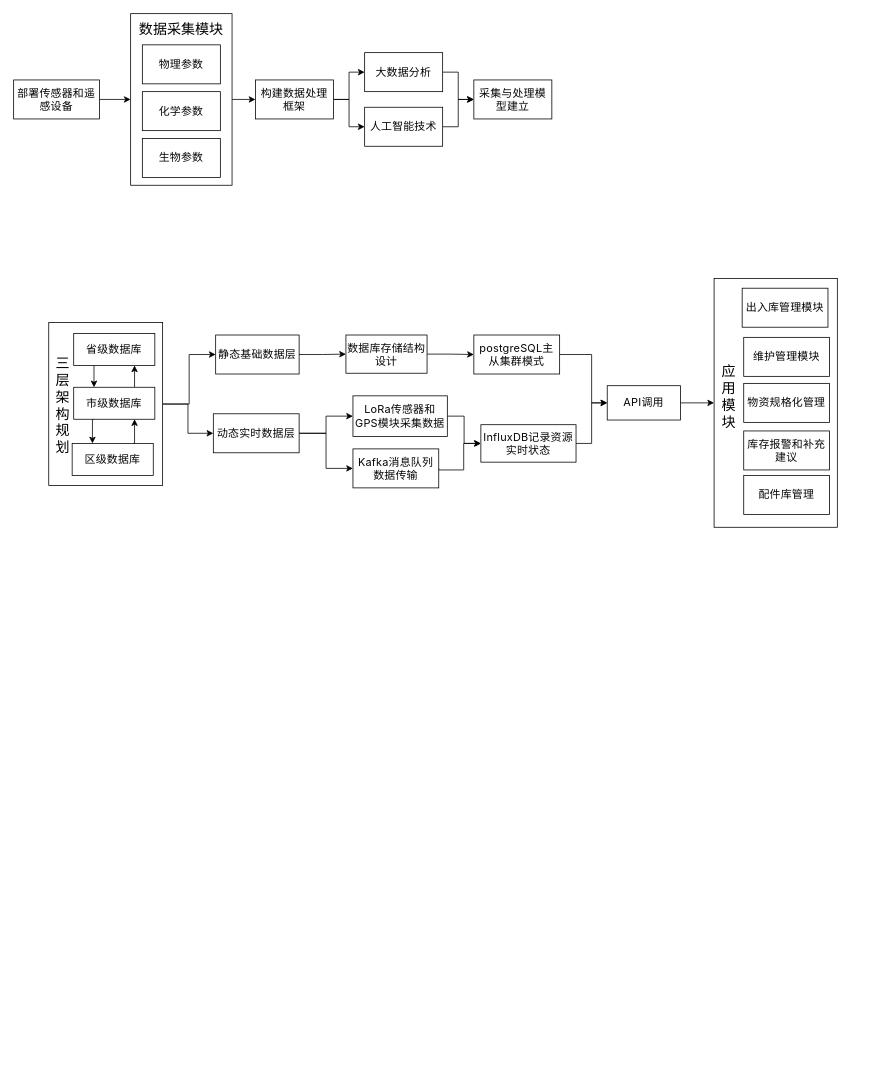
The draw.io diagram 未命名绘图.drawio in zly-2001/drawio_storage, before the edit. Source tidied: cells renumbered, new cells numbered last; positions are measured from the earlier drawing's top-left corner, leaving out a move shared by most shapes. Both pictures are drawn from the tidied source at 78%, with x=0, y=0 at pixel (13, 13).
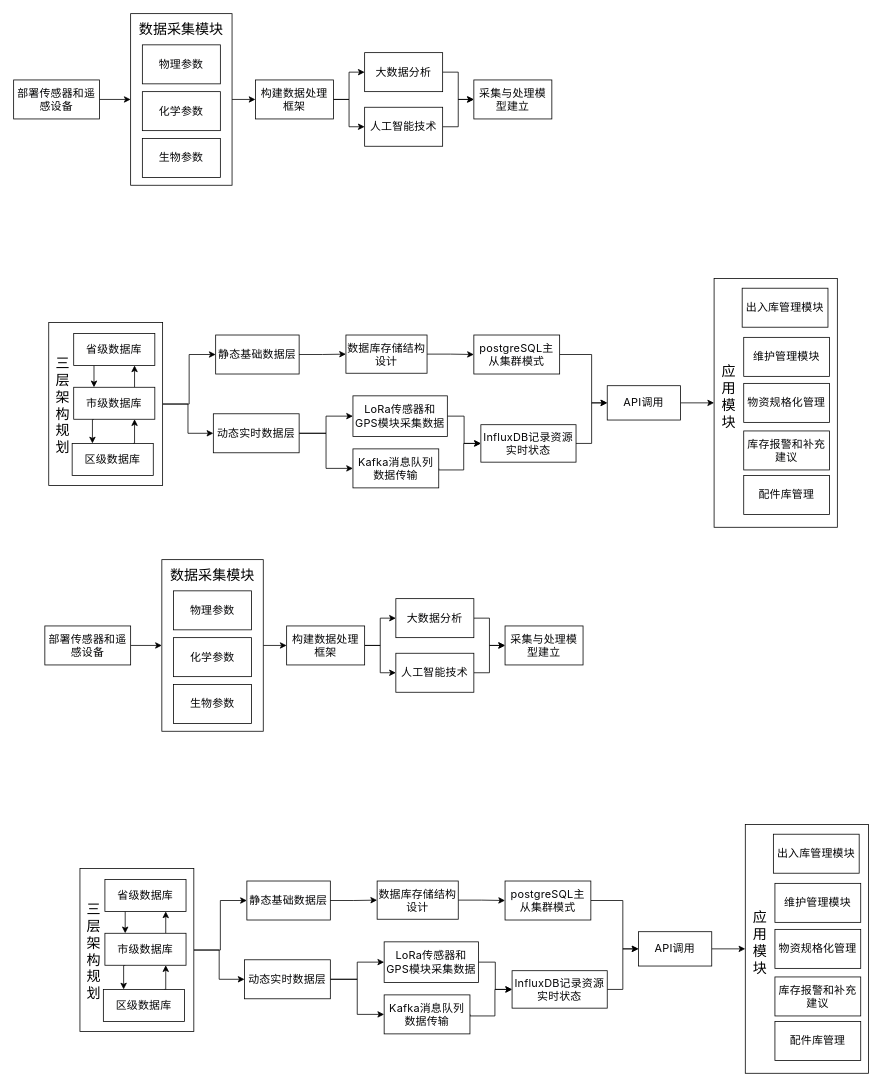
Above is the later version.

Commit message:
福建项目书绘图.drawio

Change to the diagram source:
```diff
@@
+    <mxCell id="54" style="rounded=0;whiteSpace=wrap;html=1;" parent="1" vertex="1">
+      <mxGeometry x="938" y="1039.5" width="158" height="319" as="geometry" />
+    </mxCell>
+    <mxCell id="55" style="edgeStyle=orthogonalEdgeStyle;rounded=0;jettySize=auto;html=1;entryX=0;entryY=0.5;entryDx=0;entryDy=0;" parent="1" edge="1" source="56" target="61">
+      <mxGeometry relative="1" as="geometry" />
+    </mxCell>
+    <mxCell id="56" value="&lt;span style=&quot;box-sizing: inherit; color: rgb(6, 6, 7); font-family: -apple-system, blinkmacsystemfont, &amp;quot;Helvetica Neue&amp;quot;, helvetica, &amp;quot;segoe ui&amp;quot;, arial, roboto, &amp;quot;PingFang SC&amp;quot;, miui, &amp;quot;Hiragino Sans GB&amp;quot;, &amp;quot;Microsoft Yahei&amp;quot;, sans-serif; font-size: 14px; letter-spacing: 0.25px; text-align: left; white-space-collapse: preserve; background-color: rgb(255, 255, 255);&quot;&gt;部署传感器和遥感设备&lt;/span&gt;" style="rounded=0;whiteSpace=wrap;html=1;" parent="1" vertex="1">
+      <mxGeometry x="40" y="785" width="110" height="50" as="geometry" />
+    </mxCell>
+    <mxCell id="57" style="edgeStyle=orthogonalEdgeStyle;rounded=0;jettySize=auto;html=1;exitX=1;exitY=0.5;exitDx=0;exitDy=0;entryX=0;entryY=0.5;entryDx=0;entryDy=0;" parent="1" edge="1" source="59" target="67">
+      <mxGeometry relative="1" as="geometry" />
+    </mxCell>
+    <mxCell id="58" style="edgeStyle=orthogonalEdgeStyle;rounded=0;jettySize=auto;html=1;exitX=1;exitY=0.5;exitDx=0;exitDy=0;entryX=0;entryY=0.5;entryDx=0;entryDy=0;" parent="1" edge="1" source="59" target="69">
+      <mxGeometry relative="1" as="geometry" />
+    </mxCell>
+    <mxCell id="59" value="&lt;div style=&quot;&quot;&gt;&lt;font face=&quot;-apple-system, blinkmacsystemfont, Helvetica Neue, helvetica, segoe ui, arial, roboto, PingFang SC, miui, Hiragino Sans GB, Microsoft Yahei, sans-serif&quot; color=&quot;#060607&quot;&gt;&lt;span style=&quot;font-size: 14px; letter-spacing: 0.25px; white-space-collapse: preserve; background-color: rgb(255, 255, 255);&quot;&gt;构建数据处理框架&lt;/span&gt;&lt;/font&gt;&lt;/div&gt;" style="rounded=0;whiteSpace=wrap;html=1;align=center;" parent="1" vertex="1">
+      <mxGeometry x="350" y="785" width="100" height="50" as="geometry" />
+    </mxCell>
+    <mxCell id="60" style="edgeStyle=orthogonalEdgeStyle;rounded=0;jettySize=auto;html=1;exitX=1;exitY=0.5;exitDx=0;exitDy=0;entryX=0;entryY=0.5;entryDx=0;entryDy=0;" parent="1" edge="1" source="61" target="59">
+      <mxGeometry relative="1" as="geometry" />
+    </mxCell>
+    <mxCell id="61" style="rounded=0;whiteSpace=wrap;html=1;" parent="1" vertex="1">
+      <mxGeometry x="190" y="700" width="130" height="220" as="geometry" />
+    </mxCell>
+    <mxCell id="62" value="&lt;div style=&quot;&quot;&gt;&lt;font face=&quot;-apple-system, blinkmacsystemfont, Helvetica Neue, helvetica, segoe ui, arial, roboto, PingFang SC, miui, Hiragino Sans GB, Microsoft Yahei, sans-serif&quot; color=&quot;#060607&quot;&gt;&lt;span style=&quot;font-size: 14px; letter-spacing: 0.25px; white-space-collapse: preserve; background-color: rgb(255, 255, 255);&quot;&gt;物理参数&lt;/span&gt;&lt;/font&gt;&lt;/div&gt;" style="rounded=0;whiteSpace=wrap;html=1;align=center;" parent="1" vertex="1">
+      <mxGeometry x="205" y="740" width="100" height="50" as="geometry" />
+    </mxCell>
+    <mxCell id="63" value="&lt;div style=&quot;&quot;&gt;&lt;font face=&quot;-apple-system, blinkmacsystemfont, Helvetica Neue, helvetica, segoe ui, arial, roboto, PingFang SC, miui, Hiragino Sans GB, Microsoft Yahei, sans-serif&quot; color=&quot;#060607&quot;&gt;&lt;span style=&quot;font-size: 14px; letter-spacing: 0.25px; white-space-collapse: preserve; background-color: rgb(255, 255, 255);&quot;&gt;化学参数&lt;/span&gt;&lt;/font&gt;&lt;/div&gt;" style="rounded=0;whiteSpace=wrap;html=1;align=center;" parent="1" vertex="1">
+      <mxGeometry x="205" y="800" width="100" height="50" as="geometry" />
+    </mxCell>
+    <mxCell id="64" value="&lt;div style=&quot;&quot;&gt;&lt;font face=&quot;-apple-system, blinkmacsystemfont, Helvetica Neue, helvetica, segoe ui, arial, roboto, PingFang SC, miui, Hiragino Sans GB, Microsoft Yahei, sans-serif&quot; color=&quot;#060607&quot;&gt;&lt;span style=&quot;font-size: 14px; letter-spacing: 0.25px; white-space-collapse: preserve; background-color: rgb(255, 255, 255);&quot;&gt;生物参数&lt;/span&gt;&lt;/font&gt;&lt;/div&gt;" style="rounded=0;whiteSpace=wrap;html=1;align=center;" parent="1" vertex="1">
+      <mxGeometry x="205" y="860" width="100" height="50" as="geometry" />
+    </mxCell>
+    <mxCell id="65" value="&lt;font style=&quot;font-size: 18px;&quot;&gt;数据采集模块&lt;/font&gt;" style="text;html=1;align=center;verticalAlign=middle;whiteSpace=wrap;rounded=0;rotation=0;" parent="1" vertex="1">
+      <mxGeometry x="200" y="700" width="110" height="40" as="geometry" />
+    </mxCell>
+    <mxCell id="66" style="edgeStyle=orthogonalEdgeStyle;rounded=0;jettySize=auto;html=1;exitX=1;exitY=0.5;exitDx=0;exitDy=0;entryX=0;entryY=0.5;entryDx=0;entryDy=0;" parent="1" edge="1" source="67" target="70">
+      <mxGeometry relative="1" as="geometry" />
+    </mxCell>
+    <mxCell id="67" value="&lt;div style=&quot;&quot;&gt;&lt;font face=&quot;-apple-system, blinkmacsystemfont, Helvetica Neue, helvetica, segoe ui, arial, roboto, PingFang SC, miui, Hiragino Sans GB, Microsoft Yahei, sans-serif&quot; color=&quot;#060607&quot;&gt;&lt;span style=&quot;font-size: 14px; letter-spacing: 0.25px; white-space-collapse: preserve; background-color: rgb(255, 255, 255);&quot;&gt;大数据分析&lt;/span&gt;&lt;/font&gt;&lt;/div&gt;" style="rounded=0;whiteSpace=wrap;html=1;align=center;" parent="1" vertex="1">
+      <mxGeometry x="490" y="750" width="100" height="50" as="geometry" />
+    </mxCell>
+    <mxCell id="68" style="edgeStyle=orthogonalEdgeStyle;rounded=0;jettySize=auto;html=1;exitX=1;exitY=0.5;exitDx=0;exitDy=0;entryX=0;entryY=0.5;entryDx=0;entryDy=0;" parent="1" edge="1" source="69" target="70">
+      <mxGeometry relative="1" as="geometry" />
+    </mxCell>
+    <mxCell id="69" value="&lt;div style=&quot;&quot;&gt;&lt;font face=&quot;-apple-system, blinkmacsystemfont, Helvetica Neue, helvetica, segoe ui, arial, roboto, PingFang SC, miui, Hiragino Sans GB, Microsoft Yahei, sans-serif&quot; color=&quot;#060607&quot;&gt;&lt;span style=&quot;font-size: 14px; letter-spacing: 0.25px; white-space-collapse: preserve; background-color: rgb(255, 255, 255);&quot;&gt;人工智能技术&lt;/span&gt;&lt;/font&gt;&lt;/div&gt;" style="rounded=0;whiteSpace=wrap;html=1;align=center;" parent="1" vertex="1">
+      <mxGeometry x="490" y="820" width="100" height="50" as="geometry" />
+    </mxCell>
+    <mxCell id="70" value="&lt;div style=&quot;&quot;&gt;&lt;font face=&quot;-apple-system, blinkmacsystemfont, Helvetica Neue, helvetica, segoe ui, arial, roboto, PingFang SC, miui, Hiragino Sans GB, Microsoft Yahei, sans-serif&quot; color=&quot;#060607&quot;&gt;&lt;span style=&quot;font-size: 14px; letter-spacing: 0.25px; white-space-collapse: preserve; background-color: rgb(255, 255, 255);&quot;&gt;采集与处理模型建立&lt;/span&gt;&lt;/font&gt;&lt;/div&gt;" style="rounded=0;whiteSpace=wrap;html=1;align=center;" parent="1" vertex="1">
+      <mxGeometry x="630" y="785" width="100" height="50" as="geometry" />
+    </mxCell>
+    <mxCell id="71" style="edgeStyle=orthogonalEdgeStyle;rounded=0;jettySize=auto;html=1;exitX=1;exitY=0.5;exitDx=0;exitDy=0;entryX=0;entryY=0.5;entryDx=0;entryDy=0;" parent="1" edge="1" source="94" target="77">
+      <mxGeometry relative="1" as="geometry" />
+    </mxCell>
+    <mxCell id="72" value="&lt;div style=&quot;text-align: left;&quot;&gt;&lt;font face=&quot;-apple-system, blinkmacsystemfont, Helvetica Neue, helvetica, segoe ui, arial, roboto, PingFang SC, miui, Hiragino Sans GB, Microsoft Yahei, sans-serif&quot; color=&quot;#060607&quot;&gt;&lt;span style=&quot;font-size: 14px; letter-spacing: 0.25px; white-space-collapse: preserve; background-color: rgb(255, 255, 255);&quot;&gt;静态基础数据层&lt;/span&gt;&lt;/font&gt;&lt;/div&gt;" style="rounded=0;whiteSpace=wrap;html=1;" parent="1" vertex="1">
+      <mxGeometry x="299" y="1112" width="107" height="50" as="geometry" />
+    </mxCell>
+    <mxCell id="73" style="edgeStyle=orthogonalEdgeStyle;rounded=0;jettySize=auto;html=1;exitX=1;exitY=0.5;exitDx=0;exitDy=0;entryX=0;entryY=0.5;entryDx=0;entryDy=0;" parent="1" edge="1" source="75" target="79">
+      <mxGeometry relative="1" as="geometry" />
+    </mxCell>
+    <mxCell id="74" style="edgeStyle=orthogonalEdgeStyle;rounded=0;jettySize=auto;html=1;exitX=1;exitY=0.5;exitDx=0;exitDy=0;entryX=0;entryY=0.5;entryDx=0;entryDy=0;" parent="1" edge="1" source="75" target="91">
+      <mxGeometry relative="1" as="geometry" />
+    </mxCell>
+    <mxCell id="75" value="&lt;div style=&quot;text-align: left;&quot;&gt;&lt;font face=&quot;-apple-system, blinkmacsystemfont, Helvetica Neue, helvetica, segoe ui, arial, roboto, PingFang SC, miui, Hiragino Sans GB, Microsoft Yahei, sans-serif&quot; color=&quot;#060607&quot;&gt;&lt;span style=&quot;font-size: 14px; letter-spacing: 0.25px; white-space-collapse: preserve; background-color: rgb(255, 255, 255);&quot;&gt;动态实时数据层&lt;/span&gt;&lt;/font&gt;&lt;/div&gt;" style="rounded=0;whiteSpace=wrap;html=1;" parent="1" vertex="1">
+      <mxGeometry x="296" y="1213" width="110" height="50" as="geometry" />
+    </mxCell>
+    <mxCell id="76" style="edgeStyle=orthogonalEdgeStyle;rounded=0;jettySize=auto;html=1;exitX=1;exitY=0.5;exitDx=0;exitDy=0;entryX=0;entryY=0.5;entryDx=0;entryDy=0;" parent="1" edge="1" source="77" target="86">
+      <mxGeometry relative="1" as="geometry">
+        <Array as="points">
+          <mxPoint x="781" y="1137" />
+          <mxPoint x="781" y="1199" />
+        </Array>
+      </mxGeometry>
+    </mxCell>
+    <mxCell id="77" value="&lt;div style=&quot;&quot;&gt;&lt;font color=&quot;#060607&quot;&gt;&lt;span style=&quot;font-family: -apple-system, blinkmacsystemfont, &amp;quot;Helvetica Neue&amp;quot;, helvetica, &amp;quot;segoe ui&amp;quot;, arial, roboto, &amp;quot;PingFang SC&amp;quot;, miui, &amp;quot;Hiragino Sans GB&amp;quot;, &amp;quot;Microsoft Yahei&amp;quot;, sans-serif; font-size: 14px; letter-spacing: 0.25px; white-space-collapse: preserve; background-color: rgb(255, 255, 255);&quot;&gt;postgreSQL主从集群模式&lt;/span&gt;&lt;/font&gt;&lt;/div&gt;" style="rounded=0;whiteSpace=wrap;html=1;align=center;" parent="1" vertex="1">
+      <mxGeometry x="630" y="1112" width="110" height="50" as="geometry" />
+    </mxCell>
+    <mxCell id="78" style="edgeStyle=orthogonalEdgeStyle;rounded=0;jettySize=auto;html=1;exitX=1;exitY=0.5;exitDx=0;exitDy=0;" parent="1" edge="1" source="79" target="89">
+      <mxGeometry relative="1" as="geometry" />
+    </mxCell>
+    <mxCell id="79" value="&lt;div style=&quot;&quot;&gt;&lt;font face=&quot;-apple-system, blinkmacsystemfont, Helvetica Neue, helvetica, segoe ui, arial, roboto, PingFang SC, miui, Hiragino Sans GB, Microsoft Yahei, sans-serif&quot; color=&quot;#060607&quot;&gt;&lt;span style=&quot;font-size: 14px; letter-spacing: 0.25px; white-space-collapse: preserve; background-color: rgb(255, 255, 255);&quot;&gt;LoRa传感器和GPS模块采集数据&lt;/span&gt;&lt;/font&gt;&lt;/div&gt;" style="rounded=0;whiteSpace=wrap;html=1;align=center;" parent="1" vertex="1">
+      <mxGeometry x="475" y="1190" width="121" height="52" as="geometry" />
+    </mxCell>
+    <mxCell id="80" value="&lt;div style=&quot;&quot;&gt;&lt;font face=&quot;-apple-system, blinkmacsystemfont, Helvetica Neue, helvetica, segoe ui, arial, roboto, PingFang SC, miui, Hiragino Sans GB, Microsoft Yahei, sans-serif&quot; color=&quot;#060607&quot;&gt;&lt;span style=&quot;font-size: 14px; letter-spacing: 0.25px; white-space-collapse: preserve; background-color: rgb(255, 255, 255);&quot;&gt;出入库管理模块&lt;/span&gt;&lt;/font&gt;&lt;/div&gt;" style="rounded=0;whiteSpace=wrap;html=1;align=center;" parent="1" vertex="1">
+      <mxGeometry x="974" y="1052" width="110" height="50" as="geometry" />
+    </mxCell>
+    <mxCell id="81" value="&lt;div style=&quot;&quot;&gt;&lt;font face=&quot;-apple-system, blinkmacsystemfont, Helvetica Neue, helvetica, segoe ui, arial, roboto, PingFang SC, miui, Hiragino Sans GB, Microsoft Yahei, sans-serif&quot; color=&quot;#060607&quot;&gt;&lt;span style=&quot;font-size: 14px; letter-spacing: 0.25px; white-space-collapse: preserve; background-color: rgb(255, 255, 255);&quot;&gt;维护管理模块&lt;/span&gt;&lt;/font&gt;&lt;/div&gt;" style="rounded=0;whiteSpace=wrap;html=1;align=center;" parent="1" vertex="1">
+      <mxGeometry x="976" y="1115" width="110" height="50" as="geometry" />
+    </mxCell>
+    <mxCell id="82" value="&lt;div style=&quot;&quot;&gt;&lt;font face=&quot;-apple-system, blinkmacsystemfont, Helvetica Neue, helvetica, segoe ui, arial, roboto, PingFang SC, miui, Hiragino Sans GB, Microsoft Yahei, sans-serif&quot; color=&quot;#060607&quot;&gt;&lt;span style=&quot;font-size: 14px; letter-spacing: 0.25px; white-space-collapse: preserve; background-color: rgb(255, 255, 255);&quot;&gt;配件库管理&lt;/span&gt;&lt;/font&gt;&lt;/div&gt;" style="rounded=0;whiteSpace=wrap;html=1;align=center;" parent="1" vertex="1">
+      <mxGeometry x="976" y="1292" width="110" height="50" as="geometry" />
+    </mxCell>
+    <mxCell id="83" value="&lt;div style=&quot;&quot;&gt;&lt;font face=&quot;-apple-system, blinkmacsystemfont, Helvetica Neue, helvetica, segoe ui, arial, roboto, PingFang SC, miui, Hiragino Sans GB, Microsoft Yahei, sans-serif&quot; color=&quot;#060607&quot;&gt;&lt;span style=&quot;font-size: 14px; letter-spacing: 0.25px; white-space-collapse: preserve; background-color: rgb(255, 255, 255);&quot;&gt;物资规格化管理&lt;/span&gt;&lt;/font&gt;&lt;/div&gt;" style="rounded=0;whiteSpace=wrap;html=1;align=center;" parent="1" vertex="1">
+      <mxGeometry x="976" y="1174" width="110" height="50" as="geometry" />
+    </mxCell>
+    <mxCell id="84" value="&lt;div style=&quot;&quot;&gt;&lt;font face=&quot;-apple-system, blinkmacsystemfont, Helvetica Neue, helvetica, segoe ui, arial, roboto, PingFang SC, miui, Hiragino Sans GB, Microsoft Yahei, sans-serif&quot; color=&quot;#060607&quot;&gt;&lt;span style=&quot;font-size: 14px; letter-spacing: 0.25px; white-space-collapse: preserve; background-color: rgb(255, 255, 255);&quot;&gt;库存报警和补充建议&lt;/span&gt;&lt;/font&gt;&lt;/div&gt;" style="rounded=0;whiteSpace=wrap;html=1;align=center;" parent="1" vertex="1">
+      <mxGeometry x="976" y="1235" width="110" height="50" as="geometry" />
+    </mxCell>
+    <mxCell id="85" style="edgeStyle=orthogonalEdgeStyle;rounded=0;jettySize=auto;html=1;exitX=1;exitY=0.5;exitDx=0;exitDy=0;entryX=0;entryY=0.5;entryDx=0;entryDy=0;" parent="1" edge="1" source="86" target="54">
+      <mxGeometry relative="1" as="geometry" />
+    </mxCell>
+    <mxCell id="86" value="&lt;div style=&quot;&quot;&gt;&lt;font face=&quot;-apple-system, blinkmacsystemfont, Helvetica Neue, helvetica, segoe ui, arial, roboto, PingFang SC, miui, Hiragino Sans GB, Microsoft Yahei, sans-serif&quot; color=&quot;#060607&quot;&gt;&lt;span style=&quot;font-size: 14px; letter-spacing: 0.25px; white-space-collapse: preserve; background-color: rgb(255, 255, 255);&quot;&gt;API调用&lt;/span&gt;&lt;/font&gt;&lt;/div&gt;" style="rounded=0;whiteSpace=wrap;html=1;align=center;" parent="1" vertex="1">
+      <mxGeometry x="801" y="1177" width="94" height="44" as="geometry" />
+    </mxCell>
+    <mxCell id="87" value="&lt;font style=&quot;font-size: 18px;&quot;&gt;应用模块&lt;/font&gt;" style="text;html=1;align=center;verticalAlign=middle;whiteSpace=wrap;rounded=0;horizontal=0;rotation=90;" parent="1" vertex="1">
+      <mxGeometry x="906" y="1179" width="102" height="26" as="geometry" />
+    </mxCell>
+    <mxCell id="88" style="edgeStyle=orthogonalEdgeStyle;rounded=0;jettySize=auto;html=1;exitX=1;exitY=0.5;exitDx=0;exitDy=0;entryX=0;entryY=0.5;entryDx=0;entryDy=0;" parent="1" edge="1" source="89" target="86">
+      <mxGeometry relative="1" as="geometry" />
+    </mxCell>
+    <mxCell id="89" value="&lt;div style=&quot;&quot;&gt;&lt;font face=&quot;-apple-system, blinkmacsystemfont, Helvetica Neue, helvetica, segoe ui, arial, roboto, PingFang SC, miui, Hiragino Sans GB, Microsoft Yahei, sans-serif&quot; color=&quot;#060607&quot;&gt;&lt;span style=&quot;font-size: 14px; letter-spacing: 0.25px; white-space-collapse: preserve; background-color: rgb(255, 255, 255);&quot;&gt;InfluxDB记录资源实时状态&lt;/span&gt;&lt;/font&gt;&lt;/div&gt;" style="rounded=0;whiteSpace=wrap;html=1;align=center;" parent="1" vertex="1">
+      <mxGeometry x="639" y="1227" width="122" height="48" as="geometry" />
+    </mxCell>
+    <mxCell id="90" style="edgeStyle=orthogonalEdgeStyle;rounded=0;jettySize=auto;html=1;exitX=1;exitY=0.5;exitDx=0;exitDy=0;entryX=0;entryY=0.5;entryDx=0;entryDy=0;" parent="1" edge="1" source="91" target="89">
+      <mxGeometry relative="1" as="geometry">
+        <Array as="points">
+          <mxPoint x="585" y="1285" />
+          <mxPoint x="617" y="1285" />
+          <mxPoint x="617" y="1251" />
+        </Array>
+      </mxGeometry>
+    </mxCell>
+    <mxCell id="91" value="&lt;div style=&quot;&quot;&gt;&lt;font face=&quot;-apple-system, blinkmacsystemfont, Helvetica Neue, helvetica, segoe ui, arial, roboto, PingFang SC, miui, Hiragino Sans GB, Microsoft Yahei, sans-serif&quot; color=&quot;#060607&quot;&gt;&lt;span style=&quot;font-size: 14px; letter-spacing: 0.25px; white-space-collapse: preserve; background-color: rgb(255, 255, 255);&quot;&gt;Kafka消息队列数据传输&lt;/span&gt;&lt;/font&gt;&lt;/div&gt;" style="rounded=0;whiteSpace=wrap;html=1;align=center;" parent="1" vertex="1">
+      <mxGeometry x="475" y="1258" width="110" height="50" as="geometry" />
+    </mxCell>
+    <mxCell id="92" style="edgeStyle=orthogonalEdgeStyle;rounded=0;orthogonalLoop=1;jettySize=auto;html=1;exitX=0.5;exitY=1;exitDx=0;exitDy=0;" parent="1" edge="1" source="89" target="89">
+      <mxGeometry relative="1" as="geometry" />
+    </mxCell>
+    <mxCell id="93" style="edgeStyle=orthogonalEdgeStyle;rounded=0;jettySize=auto;html=1;exitX=1;exitY=0.5;exitDx=0;exitDy=0;entryX=0;entryY=0.5;entryDx=0;entryDy=0;" parent="1" edge="1" source="72" target="94">
+      <mxGeometry relative="1" as="geometry" />
+    </mxCell>
+    <mxCell id="94" value="&lt;div style=&quot;&quot;&gt;&lt;font face=&quot;-apple-system, blinkmacsystemfont, Helvetica Neue, helvetica, segoe ui, arial, roboto, PingFang SC, miui, Hiragino Sans GB, Microsoft Yahei, sans-serif&quot; color=&quot;#060607&quot;&gt;&lt;span style=&quot;font-size: 14px; letter-spacing: 0.25px; white-space-collapse: preserve; background-color: rgb(255, 255, 255);&quot;&gt;数据库存储结构设计&lt;/span&gt;&lt;/font&gt;&lt;/div&gt;" style="rounded=0;whiteSpace=wrap;html=1;align=center;" parent="1" vertex="1">
+      <mxGeometry x="466" y="1112" width="104" height="49" as="geometry" />
+    </mxCell>
+    <mxCell id="95" style="edgeStyle=orthogonalEdgeStyle;rounded=0;jettySize=auto;html=1;exitX=1;exitY=0.5;exitDx=0;exitDy=0;entryX=0;entryY=0.5;entryDx=0;entryDy=0;" parent="1" edge="1" source="97" target="72">
+      <mxGeometry relative="1" as="geometry" />
+    </mxCell>
+    <mxCell id="96" style="edgeStyle=orthogonalEdgeStyle;rounded=0;jettySize=auto;html=1;exitX=1;exitY=0.5;exitDx=0;exitDy=0;" parent="1" edge="1" source="97" target="75">
+      <mxGeometry relative="1" as="geometry" />
+    </mxCell>
+    <mxCell id="97" style="rounded=0;whiteSpace=wrap;html=1;" parent="1" vertex="1">
+      <mxGeometry x="85" y="1096" width="146" height="209" as="geometry" />
+    </mxCell>
+    <mxCell id="98" style="edgeStyle=orthogonalEdgeStyle;rounded=0;jettySize=auto;html=1;exitX=0.75;exitY=0;exitDx=0;exitDy=0;entryX=0.75;entryY=1;entryDx=0;entryDy=0;" parent="1" edge="1" source="100" target="104">
+      <mxGeometry relative="1" as="geometry" />
+    </mxCell>
+    <mxCell id="99" style="edgeStyle=orthogonalEdgeStyle;rounded=0;jettySize=auto;html=1;exitX=0.25;exitY=1;exitDx=0;exitDy=0;entryX=0.25;entryY=0;entryDx=0;entryDy=0;" parent="1" edge="1" source="100" target="102">
+      <mxGeometry relative="1" as="geometry" />
+    </mxCell>
+    <mxCell id="100" value="&lt;div style=&quot;&quot;&gt;&lt;font face=&quot;-apple-system, blinkmacsystemfont, Helvetica Neue, helvetica, segoe ui, arial, roboto, PingFang SC, miui, Hiragino Sans GB, Microsoft Yahei, sans-serif&quot; color=&quot;#060607&quot;&gt;&lt;span style=&quot;font-size: 14px; letter-spacing: 0.25px; white-space-collapse: preserve; background-color: rgb(255, 255, 255);&quot;&gt;市级数据库&lt;/span&gt;&lt;/font&gt;&lt;/div&gt;" style="rounded=0;whiteSpace=wrap;html=1;align=center;" parent="1" vertex="1">
+      <mxGeometry x="117" y="1179" width="104" height="41" as="geometry" />
+    </mxCell>
+    <mxCell id="101" style="edgeStyle=orthogonalEdgeStyle;rounded=0;jettySize=auto;html=1;exitX=0.75;exitY=0;exitDx=0;exitDy=0;entryX=0.75;entryY=1;entryDx=0;entryDy=0;" parent="1" edge="1" source="102" target="100">
+      <mxGeometry relative="1" as="geometry" />
+    </mxCell>
+    <mxCell id="102" value="&lt;div style=&quot;&quot;&gt;&lt;font face=&quot;-apple-system, blinkmacsystemfont, Helvetica Neue, helvetica, segoe ui, arial, roboto, PingFang SC, miui, Hiragino Sans GB, Microsoft Yahei, sans-serif&quot; color=&quot;#060607&quot;&gt;&lt;span style=&quot;font-size: 14px; letter-spacing: 0.25px; white-space-collapse: preserve; background-color: rgb(255, 255, 255);&quot;&gt;区级数据库&lt;/span&gt;&lt;/font&gt;&lt;/div&gt;" style="rounded=0;whiteSpace=wrap;html=1;align=center;" parent="1" vertex="1">
+      <mxGeometry x="115" y="1251" width="104" height="41" as="geometry" />
+    </mxCell>
+    <mxCell id="103" style="edgeStyle=orthogonalEdgeStyle;rounded=0;jettySize=auto;html=1;exitX=0.25;exitY=1;exitDx=0;exitDy=0;entryX=0.25;entryY=0;entryDx=0;entryDy=0;" parent="1" edge="1" source="104" target="100">
+      <mxGeometry relative="1" as="geometry" />
+    </mxCell>
+    <mxCell id="104" value="&lt;div style=&quot;&quot;&gt;&lt;font face=&quot;-apple-system, blinkmacsystemfont, Helvetica Neue, helvetica, segoe ui, arial, roboto, PingFang SC, miui, Hiragino Sans GB, Microsoft Yahei, sans-serif&quot; color=&quot;#060607&quot;&gt;&lt;span style=&quot;font-size: 14px; letter-spacing: 0.25px; white-space-collapse: preserve; background-color: rgb(255, 255, 255);&quot;&gt;省级数据库&lt;/span&gt;&lt;/font&gt;&lt;/div&gt;" style="rounded=0;whiteSpace=wrap;html=1;align=center;" parent="1" vertex="1">
+      <mxGeometry x="117" y="1110" width="104" height="41" as="geometry" />
+    </mxCell>
+    <mxCell id="105" value="&lt;span style=&quot;font-size: 18px;&quot;&gt;三层架构规划&lt;/span&gt;" style="text;html=1;align=center;verticalAlign=middle;whiteSpace=wrap;rounded=0;horizontal=0;rotation=90;" parent="1" vertex="1">
+      <mxGeometry x="52" y="1190" width="102" height="26" as="geometry" />
+    </mxCell>
```
